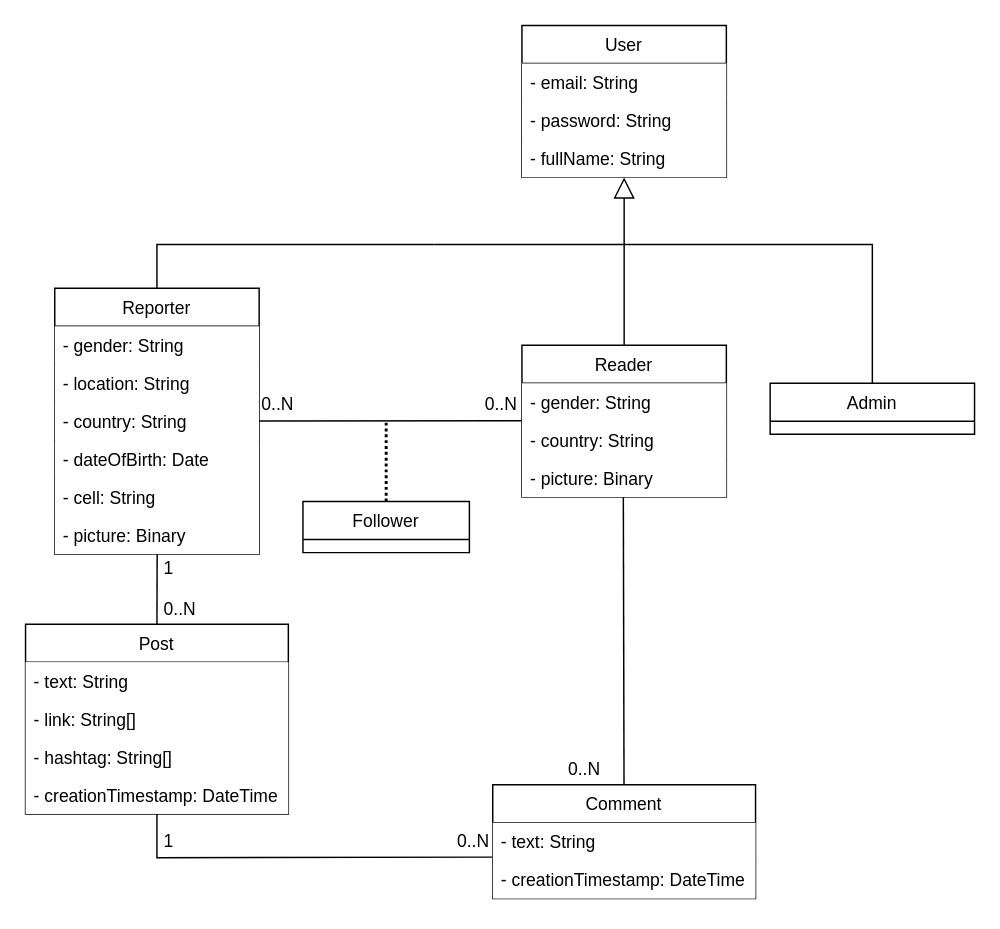
Before: page "Details" (2 of 3) of Docs/DataModelling.drawio in MatteBiondi/LSMSD_SocialNews, a draw.io diagram. Source tidied: cells renumbered, new cells numbered last; positions are measured from the earlier drawing's top-left corner, leaving out a move shared by most shapes. Both pictures are drawn from the tidied source at 146%, with x=0, y=0 at pixel (25, 25).
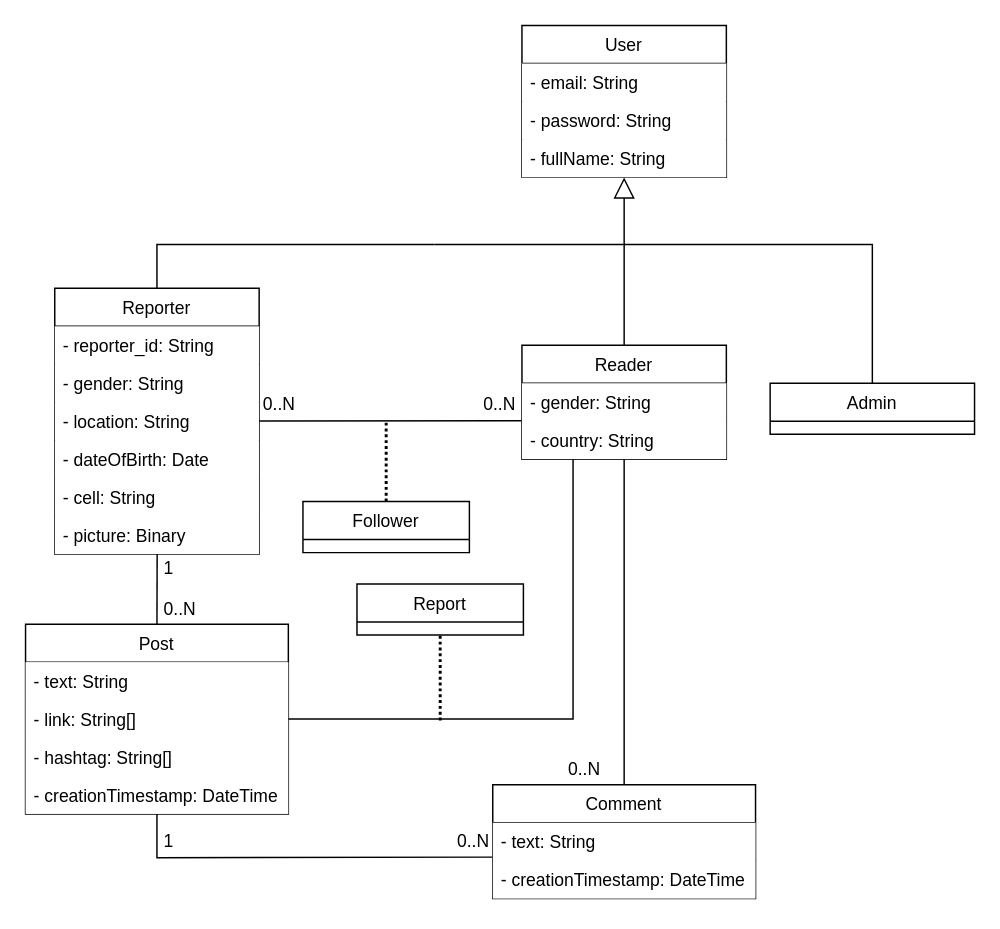
Above is the later version.

The change refers to these unchanged cells:
```xml
<mxCell id="9" value="- country: String" style="text;align=left;verticalAlign=top;spacingLeft=4;spacingRight=4;overflow=hidden;points=[[0,0.5],[1,0.5]];portConstraint=eastwest;fillColor=default;" parent="7" vertex="1">
  <mxGeometry y="52" width="140" height="26" as="geometry" />
</mxCell>
<mxCell id="11" value="Reporter" style="swimlane;fontStyle=0;horizontal=1;startSize=26;fillColor=default;" parent="1" vertex="1">
  <mxGeometry x="20" y="180" width="140" height="182" as="geometry" />
</mxCell>
<mxCell id="20" value="- link: String[]" style="text;align=left;verticalAlign=top;spacingLeft=4;spacingRight=4;overflow=hidden;points=[[0,0.5],[1,0.5]];portConstraint=eastwest;fillColor=default;" parent="18" vertex="1">
  <mxGeometry y="52" width="180" height="26" as="geometry" />
</mxCell>
<mxCell id="23" value="Comment" style="swimlane;fontStyle=0;horizontal=1;startSize=26;fillColor=default;" parent="1" vertex="1">
  <mxGeometry x="320" y="520" width="180" height="78" as="geometry" />
</mxCell>
```

The edit, as a diff of the source:
```diff
@@
     <mxCell id="7" value="Reader" style="swimlane;fontStyle=0;horizontal=1;startSize=26;fillColor=default;" parent="1" vertex="1">
-      <mxGeometry x="340" y="219" width="140" height="104" as="geometry" />
+      <mxGeometry x="340" y="219" width="140" height="78" as="geometry" />
     </mxCell>
@@
-    <mxCell id="10" value="- picture: Binary" style="text;align=left;verticalAlign=top;spacingLeft=4;spacingRight=4;overflow=hidden;points=[[0,0.5],[1,0.5]];portConstraint=eastwest;fillColor=default;" parent="7" vertex="1">
-      <mxGeometry y="78" width="140" height="26" as="geometry" />
-    </mxCell>
@@
+    <mxCell id="42" value="- reporter_id: String" style="text;align=left;verticalAlign=top;spacingLeft=4;spacingRight=4;overflow=hidden;fillColor=default;" parent="11" vertex="1">
+      <mxGeometry y="26" width="140" height="26" as="geometry" />
+    </mxCell>
     <mxCell id="12" value="- gender: String" style="text;align=left;verticalAlign=top;spacingLeft=4;spacingRight=4;overflow=hidden;fillColor=default;" parent="11" vertex="1">
-      <mxGeometry y="26" width="140" height="26" as="geometry" />
+      <mxGeometry y="52" width="140" height="26" as="geometry" />
     </mxCell>
     <mxCell id="13" value="- location: String" style="text;align=left;verticalAlign=top;spacingLeft=4;spacingRight=4;overflow=hidden;fillColor=default;" parent="11" vertex="1">
-      <mxGeometry y="52" width="140" height="26" as="geometry" />
+      <mxGeometry y="78" width="140" height="26" as="geometry" />
     </mxCell>
-    <mxCell id="14" value="- country: String" style="text;align=left;verticalAlign=top;spacingLeft=4;spacingRight=4;overflow=hidden;points=[[0,0.5],[1,0.5]];portConstraint=eastwest;fillColor=default;" parent="11" vertex="1">
-      <mxGeometry y="78" width="140" height="26" as="geometry" />
-    </mxCell>
@@
-    <mxCell id="36" style="endArrow=none;html=1;rounded=0;startSize=6;endSize=12;jumpSize=6;entryX=0.496;entryY=1.001;entryDx=0;entryDy=0;entryPerimeter=0;" parent="1" edge="1" source="23" target="10">
+    <mxCell id="36" style="endArrow=none;html=1;rounded=0;startSize=6;endSize=12;jumpSize=6;entryX=0.5;entryY=1;entryDx=0;entryDy=0;" parent="1" edge="1" source="23" target="7">
       <mxGeometry relative="1" as="geometry" />
     </mxCell>
-    <mxCell id="37" style="endArrow=none;html=1;rounded=0;entryX=-0.003;entryY=-0.012;entryDx=0;entryDy=0;entryPerimeter=0;" parent="1" edge="1" source="14" target="9">
-      <mxGeometry relative="1" as="geometry" />
+    <mxCell id="37" style="endArrow=none;html=1;rounded=0;entryX=-0.003;entryY=-0.012;entryDx=0;entryDy=0;entryPerimeter=0;" parent="1" edge="1" target="9">
+      <mxGeometry relative="1" as="geometry">
+        <mxPoint x="160" y="270.9" as="sourcePoint" />
+      </mxGeometry>
     </mxCell>
@@
     <mxCell id="40" value="0..N" style="text;html=1;strokeColor=none;fillColor=none;align=left;verticalAlign=middle;whiteSpace=wrap;rounded=0;" parent="1" vertex="1">
-      <mxGeometry x="160" y="250" width="27" height="20" as="geometry" />
+      <mxGeometry x="161" y="250" width="27" height="20" as="geometry" />
     </mxCell>
     <mxCell id="41" value="0..N" style="text;html=1;strokeColor=none;fillColor=none;align=left;verticalAlign=middle;whiteSpace=wrap;rounded=0;" parent="1" vertex="1">
-      <mxGeometry x="313" y="250" width="27" height="20" as="geometry" />
+      <mxGeometry x="312" y="250" width="27" height="20" as="geometry" />
     </mxCell>
+    <mxCell id="43" style="endArrow=none;html=1;rounded=0;exitX=1;exitY=0.5;exitDx=0;exitDy=0;entryX=0.25;entryY=1;entryDx=0;entryDy=0;" parent="1" edge="1" source="20" target="7">
+      <mxGeometry relative="1" as="geometry">
+        <Array as="points">
+          <mxPoint x="375" y="475" />
+        </Array>
+      </mxGeometry>
+    </mxCell>
+    <mxCell id="44" value="Report" style="swimlane;fontStyle=0;horizontal=1;startSize=26;fillColor=default;" parent="1" vertex="1">
+      <mxGeometry x="227" y="382.5" width="114" height="35" as="geometry" />
+    </mxCell>
+    <mxCell id="45" style="endArrow=none;dashed=1;html=1;dashPattern=1 1;strokeWidth=2;rounded=0;exitX=0.5;exitY=0;exitDx=0;exitDy=0;entryX=0.5;entryY=1;entryDx=0;entryDy=0;" parent="1" edge="1" target="44">
+      <mxGeometry relative="1" as="geometry">
+        <mxPoint x="284" y="476" as="sourcePoint" />
+      </mxGeometry>
+    </mxCell>
```
